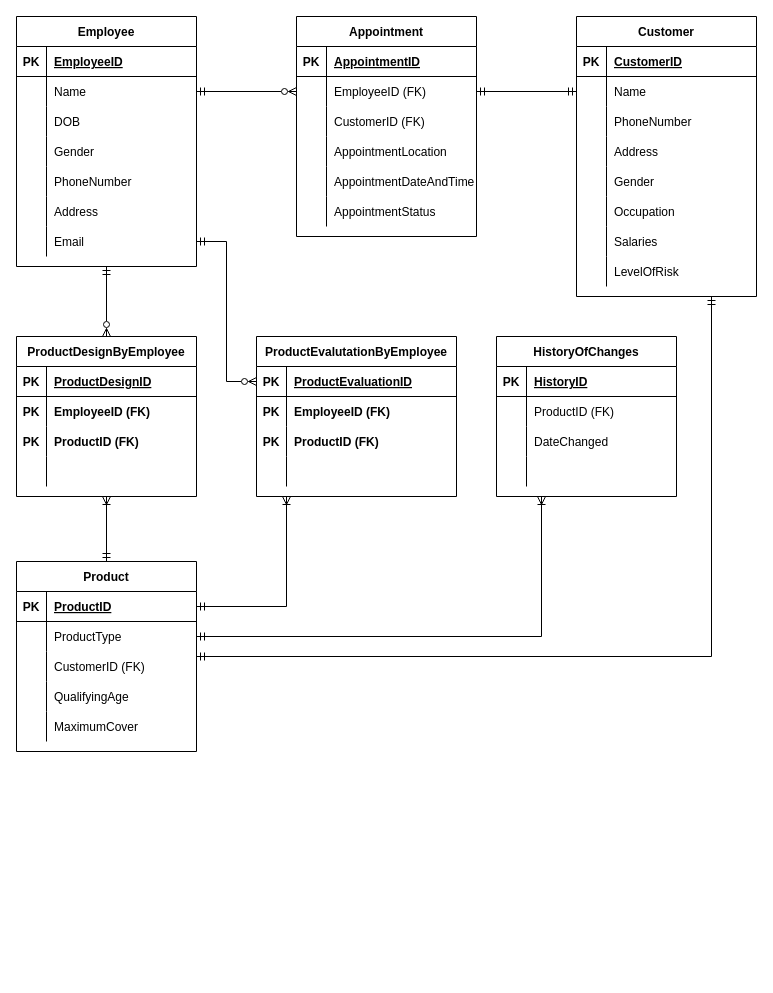
Above: Assignment1.drawio in MaxCouling/infomgmt192 (draw.io), before the change. Source tidied: cells renumbered, new cells numbered last; positions are measured from the earlier drawing's top-left corner, leaving out a move shared by most shapes. Both pictures are drawn from the tidied source at 100%, with x=0, y=0 at pixel (16, 16).
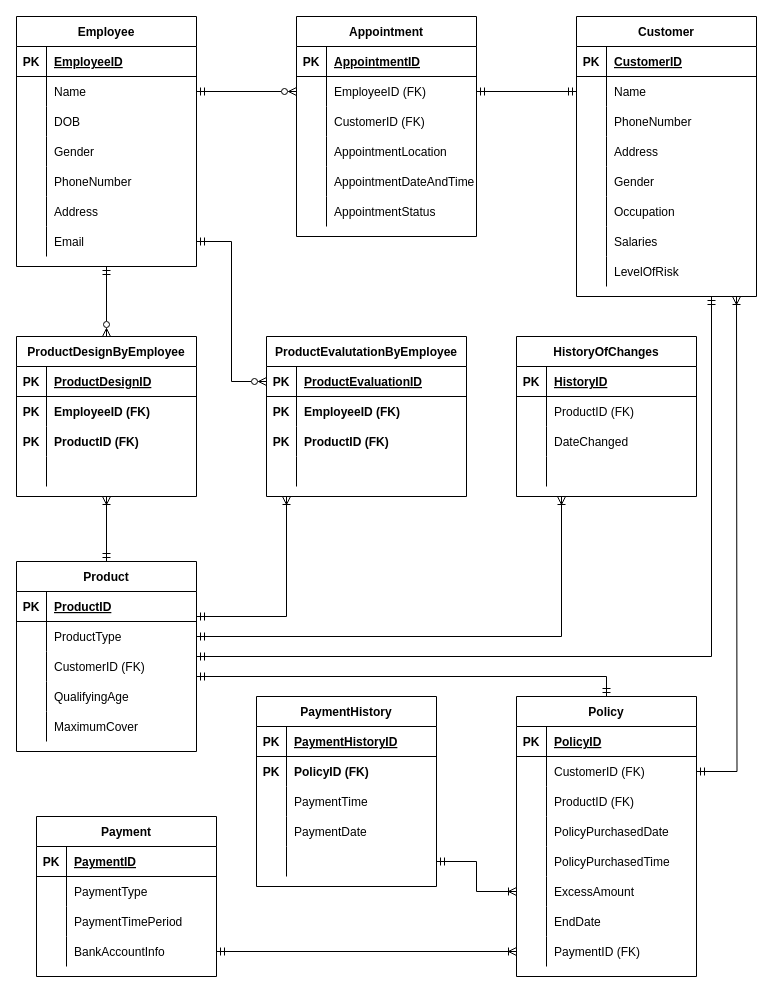
The same diagram, later.

Unchanged cells that the change refers to:
```xml
<mxCell id="74" style="shape=tableRow;horizontal=0;startSize=0;swimlaneHead=0;swimlaneBody=0;fillColor=none;points=[[0,0.5],[1,0.5]];portConstraint=eastwest;top=0;left=0;right=0;bottom=1;" parent="73" vertex="1">
  <mxGeometry y="30" width="180" height="30" as="geometry" />
</mxCell>
<mxCell id="80" style="shape=tableRow;horizontal=0;startSize=0;swimlaneHead=0;swimlaneBody=0;fillColor=none;points=[[0,0.5],[1,0.5]];portConstraint=eastwest;top=0;left=0;right=0;bottom=0;" parent="73" vertex="1">
  <mxGeometry y="90" width="180" height="30" as="geometry" />
</mxCell>
```

Change to the diagram source:
```diff
@@
     <mxCell id="102" value="ProductEvalutationByEmployee" style="shape=table;startSize=30;childLayout=tableLayout;rowLines=0;fontStyle=1;align=center;" parent="1" vertex="1">
-      <mxGeometry x="240" y="320" width="200" height="160" as="geometry" />
+      <mxGeometry x="250" y="320" width="200" height="160" as="geometry" />
     </mxCell>
@@
     <mxCell id="115" style="edgeStyle=orthogonalEdgeStyle;rounded=0;jettySize=auto;html=1;startArrow=ERmandOne;startFill=0;endArrow=ERoneToMany;endFill=0;" parent="1" edge="1" source="74">
       <mxGeometry relative="1" as="geometry">
         <mxPoint x="270" y="480" as="targetPoint" />
         <Array as="points">
-          <mxPoint x="270" y="590" />
+          <mxPoint x="270" y="600" />
         </Array>
       </mxGeometry>
     </mxCell>
@@
     <mxCell id="117" value="HistoryOfChanges" style="shape=table;startSize=30;childLayout=tableLayout;rowLines=0;fontStyle=1;align=center;" parent="1" vertex="1">
-      <mxGeometry x="480" y="320" width="180" height="160" as="geometry" />
+      <mxGeometry x="500" y="320" width="180" height="160" as="geometry" />
     </mxCell>
@@
+    <mxCell id="131" style="edgeStyle=orthogonalEdgeStyle;rounded=0;jettySize=auto;html=1;startArrow=ERmandOne;startFill=0;endArrow=ERmandOne;endFill=0;" parent="1" edge="1" source="132" target="80">
+      <mxGeometry relative="1" as="geometry">
+        <Array as="points">
+          <mxPoint x="590" y="660" />
+        </Array>
+      </mxGeometry>
+    </mxCell>
+    <mxCell id="132" value="Policy" style="shape=table;startSize=30;childLayout=tableLayout;rowLines=0;fontStyle=1;align=center;" parent="1" vertex="1">
+      <mxGeometry x="500" y="680" width="180" height="280" as="geometry" />
+    </mxCell>
+    <mxCell id="133" style="shape=tableRow;horizontal=0;startSize=0;swimlaneHead=0;swimlaneBody=0;fillColor=none;top=0;left=0;right=0;bottom=1;" parent="132" vertex="1">
+      <mxGeometry y="30" width="180" height="30" as="geometry" />
+    </mxCell>
+    <mxCell id="134" value="PK" style="shape=partialRectangle;fillColor=none;top=0;left=0;bottom=0;right=0;fontStyle=1;overflow=hidden;" parent="133" vertex="1">
+      <mxGeometry width="30" height="30" as="geometry" />
+    </mxCell>
+    <mxCell id="135" value="PolicyID" style="shape=partialRectangle;fillColor=none;top=0;left=0;bottom=0;right=0;align=left;spacingLeft=6;fontStyle=5;overflow=hidden;" parent="133" vertex="1">
+      <mxGeometry x="30" width="150" height="30" as="geometry" />
+    </mxCell>
+    <mxCell id="136" style="shape=tableRow;horizontal=0;startSize=0;swimlaneHead=0;swimlaneBody=0;fillColor=none;points=[[0,0.5],[1,0.5]];portConstraint=eastwest;top=0;left=0;right=0;bottom=0;" parent="132" vertex="1">
+      <mxGeometry y="60" width="180" height="30" as="geometry" />
+    </mxCell>
+    <mxCell id="137" style="shape=partialRectangle;fillColor=none;top=0;left=0;bottom=0;right=0;overflow=hidden;" parent="136" vertex="1">
+      <mxGeometry width="30" height="30" as="geometry" />
+    </mxCell>
+    <mxCell id="138" value="CustomerID (FK)" style="shape=partialRectangle;fillColor=none;top=0;left=0;bottom=0;right=0;align=left;spacingLeft=6;overflow=hidden;" parent="136" vertex="1">
+      <mxGeometry x="30" width="150" height="30" as="geometry" />
+    </mxCell>
+    <mxCell id="139" style="shape=tableRow;horizontal=0;startSize=0;swimlaneHead=0;swimlaneBody=0;fillColor=none;top=0;left=0;right=0;bottom=0;" parent="132" vertex="1">
+      <mxGeometry y="90" width="180" height="30" as="geometry" />
+    </mxCell>
+    <mxCell id="140" style="shape=partialRectangle;fillColor=none;top=0;left=0;bottom=0;right=0;overflow=hidden;" parent="139" vertex="1">
+      <mxGeometry width="30" height="30" as="geometry" />
+    </mxCell>
+    <mxCell id="141" value="ProductID (FK)" style="shape=partialRectangle;fillColor=none;top=0;left=0;bottom=0;right=0;align=left;spacingLeft=6;overflow=hidden;" parent="139" vertex="1">
+      <mxGeometry x="30" width="150" height="30" as="geometry" />
+    </mxCell>
+    <mxCell id="142" style="shape=tableRow;horizontal=0;startSize=0;swimlaneHead=0;swimlaneBody=0;fillColor=none;top=0;left=0;right=0;bottom=0;" parent="132" vertex="1">
+      <mxGeometry y="120" width="180" height="30" as="geometry" />
+    </mxCell>
+    <mxCell id="143" style="shape=partialRectangle;fillColor=none;top=0;left=0;bottom=0;right=0;overflow=hidden;" parent="142" vertex="1">
+      <mxGeometry width="30" height="30" as="geometry" />
+    </mxCell>
+    <mxCell id="144" value="PolicyPurchasedDate" style="shape=partialRectangle;fillColor=none;top=0;left=0;bottom=0;right=0;align=left;spacingLeft=6;overflow=hidden;" parent="142" vertex="1">
+      <mxGeometry x="30" width="150" height="30" as="geometry" />
+    </mxCell>
+    <mxCell id="145" style="shape=tableRow;horizontal=0;startSize=0;swimlaneHead=0;swimlaneBody=0;fillColor=none;top=0;left=0;right=0;bottom=0;" parent="132" vertex="1">
+      <mxGeometry y="150" width="180" height="30" as="geometry" />
+    </mxCell>
+    <mxCell id="146" style="shape=partialRectangle;fillColor=none;top=0;left=0;bottom=0;right=0;overflow=hidden;" parent="145" vertex="1">
+      <mxGeometry width="30" height="30" as="geometry" />
+    </mxCell>
+    <mxCell id="147" value="PolicyPurchasedTime" style="shape=partialRectangle;fillColor=none;top=0;left=0;bottom=0;right=0;align=left;spacingLeft=6;overflow=hidden;" parent="145" vertex="1">
+      <mxGeometry x="30" width="150" height="30" as="geometry" />
+    </mxCell>
+    <mxCell id="148" style="shape=tableRow;horizontal=0;startSize=0;swimlaneHead=0;swimlaneBody=0;fillColor=none;points=[[0,0.5],[1,0.5]];portConstraint=eastwest;top=0;left=0;right=0;bottom=0;" parent="132" vertex="1">
+      <mxGeometry y="180" width="180" height="30" as="geometry" />
+    </mxCell>
+    <mxCell id="149" style="shape=partialRectangle;fillColor=none;top=0;left=0;bottom=0;right=0;overflow=hidden;" parent="148" vertex="1">
+      <mxGeometry width="30" height="30" as="geometry" />
+    </mxCell>
+    <mxCell id="150" value="ExcessAmount" style="shape=partialRectangle;fillColor=none;top=0;left=0;bottom=0;right=0;align=left;spacingLeft=6;overflow=hidden;" parent="148" vertex="1">
+      <mxGeometry x="30" width="150" height="30" as="geometry" />
+    </mxCell>
+    <mxCell id="151" style="shape=tableRow;horizontal=0;startSize=0;swimlaneHead=0;swimlaneBody=0;fillColor=none;top=0;left=0;right=0;bottom=0;" parent="132" vertex="1">
+      <mxGeometry y="210" width="180" height="30" as="geometry" />
+    </mxCell>
+    <mxCell id="152" style="shape=partialRectangle;fillColor=none;top=0;left=0;bottom=0;right=0;overflow=hidden;" parent="151" vertex="1">
+      <mxGeometry width="30" height="30" as="geometry" />
+    </mxCell>
+    <mxCell id="153" value="EndDate" style="shape=partialRectangle;fillColor=none;top=0;left=0;bottom=0;right=0;align=left;spacingLeft=6;overflow=hidden;" parent="151" vertex="1">
+      <mxGeometry x="30" width="150" height="30" as="geometry" />
+    </mxCell>
+    <mxCell id="154" style="shape=tableRow;horizontal=0;startSize=0;swimlaneHead=0;swimlaneBody=0;fillColor=none;points=[[0,0.5],[1,0.5]];portConstraint=eastwest;top=0;left=0;right=0;bottom=0;" parent="132" vertex="1">
+      <mxGeometry y="240" width="180" height="30" as="geometry" />
+    </mxCell>
+    <mxCell id="155" style="shape=partialRectangle;fillColor=none;top=0;left=0;bottom=0;right=0;overflow=hidden;" parent="154" vertex="1">
+      <mxGeometry width="30" height="30" as="geometry" />
+    </mxCell>
+    <mxCell id="156" value="PaymentID (FK)" style="shape=partialRectangle;fillColor=none;top=0;left=0;bottom=0;right=0;align=left;spacingLeft=6;overflow=hidden;" parent="154" vertex="1">
+      <mxGeometry x="30" width="150" height="30" as="geometry" />
+    </mxCell>
+    <mxCell id="157" style="edgeStyle=orthogonalEdgeStyle;rounded=0;jettySize=auto;html=1;startArrow=ERmandOne;startFill=0;endArrow=ERoneToMany;endFill=0;" parent="1" edge="1" source="136">
+      <mxGeometry relative="1" as="geometry">
+        <mxPoint x="720" y="280" as="targetPoint" />
+      </mxGeometry>
+    </mxCell>
+    <mxCell id="158" value="Payment" style="shape=table;startSize=30;childLayout=tableLayout;rowLines=0;fontStyle=1;align=center;" parent="1" vertex="1">
+      <mxGeometry x="20" y="800" width="180" height="160" as="geometry" />
+    </mxCell>
+    <mxCell id="159" style="shape=tableRow;horizontal=0;startSize=0;swimlaneHead=0;swimlaneBody=0;fillColor=none;top=0;left=0;right=0;bottom=1;" parent="158" vertex="1">
+      <mxGeometry y="30" width="180" height="30" as="geometry" />
+    </mxCell>
+    <mxCell id="160" value="PK" style="shape=partialRectangle;fillColor=none;top=0;left=0;bottom=0;right=0;fontStyle=1;overflow=hidden;" parent="159" vertex="1">
+      <mxGeometry width="30" height="30" as="geometry" />
+    </mxCell>
+    <mxCell id="161" value="PaymentID" style="shape=partialRectangle;fillColor=none;top=0;left=0;bottom=0;right=0;align=left;spacingLeft=6;fontStyle=5;overflow=hidden;" parent="159" vertex="1">
+      <mxGeometry x="30" width="150" height="30" as="geometry" />
+    </mxCell>
+    <mxCell id="162" style="shape=tableRow;horizontal=0;startSize=0;swimlaneHead=0;swimlaneBody=0;fillColor=none;top=0;left=0;right=0;bottom=0;" parent="158" vertex="1">
+      <mxGeometry y="60" width="180" height="30" as="geometry" />
+    </mxCell>
+    <mxCell id="163" style="shape=partialRectangle;fillColor=none;top=0;left=0;bottom=0;right=0;overflow=hidden;" parent="162" vertex="1">
+      <mxGeometry width="30" height="30" as="geometry" />
+    </mxCell>
+    <mxCell id="164" value="PaymentType" style="shape=partialRectangle;fillColor=none;top=0;left=0;bottom=0;right=0;align=left;spacingLeft=6;overflow=hidden;" parent="162" vertex="1">
+      <mxGeometry x="30" width="150" height="30" as="geometry" />
+    </mxCell>
+    <mxCell id="165" style="shape=tableRow;horizontal=0;startSize=0;swimlaneHead=0;swimlaneBody=0;fillColor=none;top=0;left=0;right=0;bottom=0;" parent="158" vertex="1">
+      <mxGeometry y="90" width="180" height="30" as="geometry" />
+    </mxCell>
+    <mxCell id="166" style="shape=partialRectangle;fillColor=none;top=0;left=0;bottom=0;right=0;overflow=hidden;" parent="165" vertex="1">
+      <mxGeometry width="30" height="30" as="geometry" />
+    </mxCell>
+    <mxCell id="167" value="PaymentTimePeriod" style="shape=partialRectangle;fillColor=none;top=0;left=0;bottom=0;right=0;align=left;spacingLeft=6;overflow=hidden;" parent="165" vertex="1">
+      <mxGeometry x="30" width="150" height="30" as="geometry" />
+    </mxCell>
+    <mxCell id="168" style="shape=tableRow;horizontal=0;startSize=0;swimlaneHead=0;swimlaneBody=0;fillColor=none;points=[[0,0.5],[1,0.5]];portConstraint=eastwest;top=0;left=0;right=0;bottom=0;" parent="158" vertex="1">
+      <mxGeometry y="120" width="180" height="30" as="geometry" />
+    </mxCell>
+    <mxCell id="169" style="shape=partialRectangle;fillColor=none;top=0;left=0;bottom=0;right=0;overflow=hidden;" parent="168" vertex="1">
+      <mxGeometry width="30" height="30" as="geometry" />
+    </mxCell>
+    <mxCell id="170" value="BankAccountInfo" style="shape=partialRectangle;fillColor=none;top=0;left=0;bottom=0;right=0;align=left;spacingLeft=6;overflow=hidden;" parent="168" vertex="1">
+      <mxGeometry x="30" width="150" height="30" as="geometry" />
+    </mxCell>
+    <mxCell id="171" value="PaymentHistory" style="shape=table;startSize=30;childLayout=tableLayout;rowLines=0;fontStyle=1;align=center;" parent="1" vertex="1">
+      <mxGeometry x="240" y="680" width="180" height="190" as="geometry" />
+    </mxCell>
+    <mxCell id="172" style="shape=tableRow;horizontal=0;startSize=0;swimlaneHead=0;swimlaneBody=0;fillColor=none;top=0;left=0;right=0;bottom=1;" parent="171" vertex="1">
+      <mxGeometry y="30" width="180" height="30" as="geometry" />
+    </mxCell>
+    <mxCell id="173" value="PK" style="shape=partialRectangle;fillColor=none;top=0;left=0;bottom=0;right=0;fontStyle=1;overflow=hidden;" parent="172" vertex="1">
+      <mxGeometry width="30" height="30" as="geometry" />
+    </mxCell>
+    <mxCell id="174" value="PaymentHistoryID" style="shape=partialRectangle;fillColor=none;top=0;left=0;bottom=0;right=0;align=left;spacingLeft=6;fontStyle=5;overflow=hidden;" parent="172" vertex="1">
+      <mxGeometry x="30" width="150" height="30" as="geometry" />
+    </mxCell>
+    <mxCell id="175" style="shape=tableRow;horizontal=0;startSize=0;swimlaneHead=0;swimlaneBody=0;fillColor=none;top=0;left=0;right=0;bottom=0;fontStyle=1;" parent="171" vertex="1">
+      <mxGeometry y="60" width="180" height="30" as="geometry" />
+    </mxCell>
+    <mxCell id="176" value="PK" style="shape=partialRectangle;fillColor=none;top=0;left=0;bottom=0;right=0;overflow=hidden;fontStyle=1;" parent="175" vertex="1">
+      <mxGeometry width="30" height="30" as="geometry" />
+    </mxCell>
+    <mxCell id="177" value="PolicyID (FK)" style="shape=partialRectangle;fillColor=none;top=0;left=0;bottom=0;right=0;align=left;spacingLeft=6;overflow=hidden;fontStyle=1;" parent="175" vertex="1">
+      <mxGeometry x="30" width="150" height="30" as="geometry" />
+    </mxCell>
+    <mxCell id="178" style="shape=tableRow;horizontal=0;startSize=0;swimlaneHead=0;swimlaneBody=0;fillColor=none;top=0;left=0;right=0;bottom=0;" parent="171" vertex="1">
+      <mxGeometry y="90" width="180" height="30" as="geometry" />
+    </mxCell>
+    <mxCell id="179" style="shape=partialRectangle;fillColor=none;top=0;left=0;bottom=0;right=0;overflow=hidden;fontStyle=1;" parent="178" vertex="1">
+      <mxGeometry width="30" height="30" as="geometry" />
+    </mxCell>
+    <mxCell id="180" value="PaymentTime" style="shape=partialRectangle;fillColor=none;top=0;left=0;bottom=0;right=0;align=left;spacingLeft=6;overflow=hidden;fontStyle=0;" parent="178" vertex="1">
+      <mxGeometry x="30" width="150" height="30" as="geometry" />
+    </mxCell>
+    <mxCell id="181" style="shape=tableRow;horizontal=0;startSize=0;swimlaneHead=0;swimlaneBody=0;fillColor=none;top=0;left=0;right=0;bottom=0;" parent="171" vertex="1">
+      <mxGeometry y="120" width="180" height="30" as="geometry" />
+    </mxCell>
+    <mxCell id="182" style="shape=partialRectangle;fillColor=none;top=0;left=0;bottom=0;right=0;overflow=hidden;" parent="181" vertex="1">
+      <mxGeometry width="30" height="30" as="geometry" />
+    </mxCell>
+    <mxCell id="183" value="PaymentDate" style="shape=partialRectangle;fillColor=none;top=0;left=0;bottom=0;right=0;align=left;spacingLeft=6;overflow=hidden;" parent="181" vertex="1">
+      <mxGeometry x="30" width="150" height="30" as="geometry" />
+    </mxCell>
+    <mxCell id="184" style="shape=tableRow;horizontal=0;startSize=0;swimlaneHead=0;swimlaneBody=0;fillColor=none;points=[[0,0.5],[1,0.5]];portConstraint=eastwest;top=0;left=0;right=0;bottom=0;" parent="171" vertex="1">
+      <mxGeometry y="150" width="180" height="30" as="geometry" />
+    </mxCell>
+    <mxCell id="185" style="shape=partialRectangle;fillColor=none;top=0;left=0;bottom=0;right=0;overflow=hidden;" parent="184" vertex="1">
+      <mxGeometry width="30" height="30" as="geometry" />
+    </mxCell>
+    <mxCell id="186" style="shape=partialRectangle;fillColor=none;top=0;left=0;bottom=0;right=0;align=left;spacingLeft=6;overflow=hidden;" parent="184" vertex="1">
+      <mxGeometry x="30" width="150" height="30" as="geometry" />
+    </mxCell>
+    <mxCell id="187" style="edgeStyle=orthogonalEdgeStyle;rounded=0;jettySize=auto;html=1;startArrow=ERmandOne;startFill=0;endArrow=ERoneToMany;endFill=0;" parent="1" edge="1" source="168" target="154">
+      <mxGeometry relative="1" as="geometry" />
+    </mxCell>
+    <mxCell id="188" style="edgeStyle=orthogonalEdgeStyle;rounded=0;jettySize=auto;html=1;entryX=0;entryY=0.5;entryDx=0;entryDy=0;startArrow=ERmandOne;startFill=0;endArrow=ERoneToMany;endFill=0;" parent="1" edge="1" source="184" target="148">
+      <mxGeometry relative="1" as="geometry" />
+    </mxCell>
```
